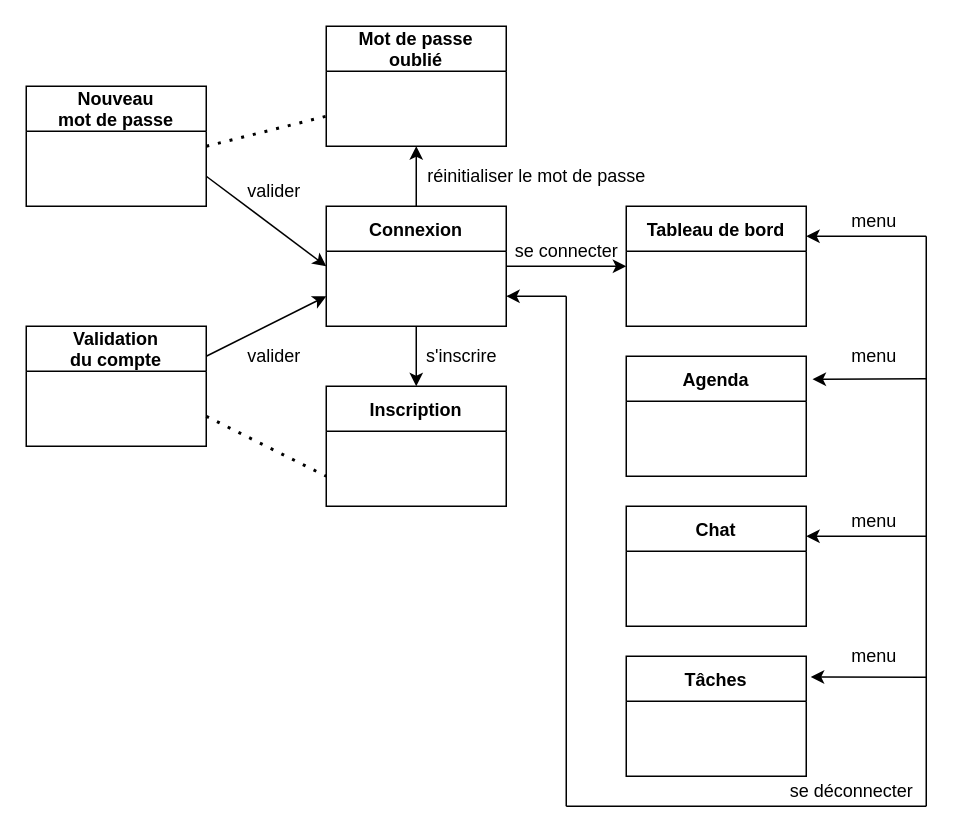
Before: communication-pages-application.drawio in melacod/MelanieKlein_10_22122021, a draw.io diagram. Source tidied: cells renumbered, new cells numbered last; positions are measured from the earlier drawing's top-left corner, leaving out a move shared by most shapes. Both pictures are drawn from the tidied source at 150%, with x=0, y=0 at pixel (26, 26).
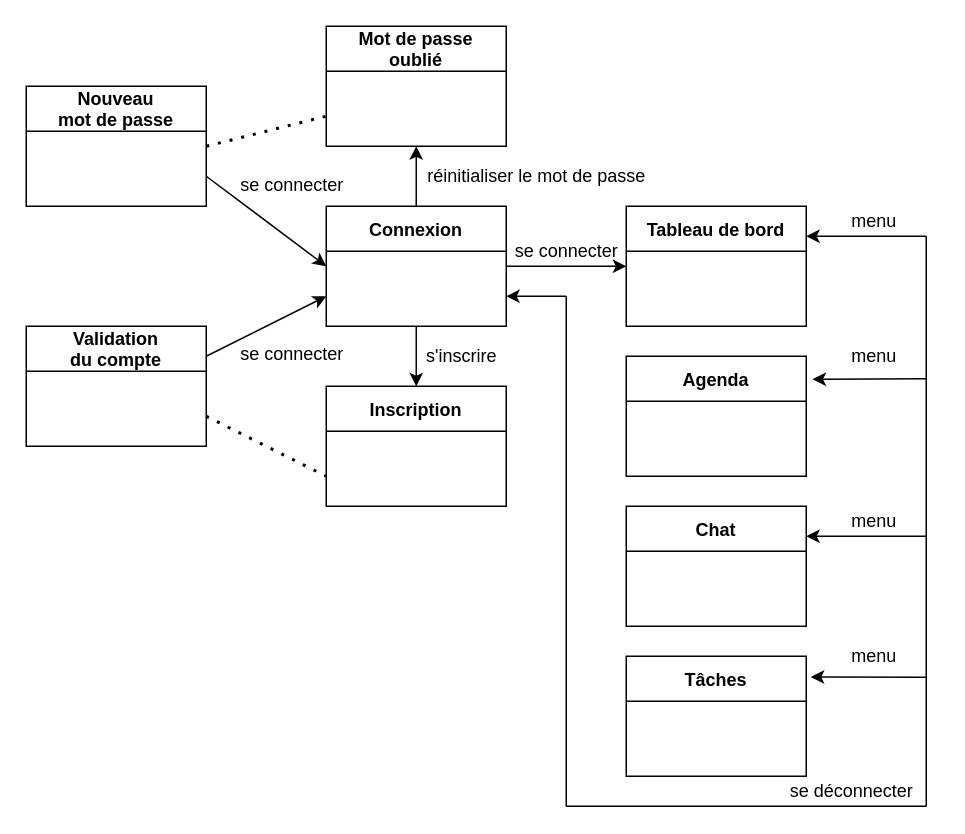
Above is the later version.

Commit message (it also covers changes not shown here):
Mise a jour schema pages application

Diff of the diagram source:
```diff
@@
-    <mxCell id="19" value="valider" style="text;html=1;align=center;verticalAlign=middle;fillColor=none;strokeColor=none;rounded=0;" parent="1" vertex="1">
-      <mxGeometry x="140" y="100" width="50" height="20" as="geometry" />
+    <mxCell id="19" value="se connecter" style="text;html=1;align=center;verticalAlign=middle;fillColor=none;strokeColor=none;rounded=0;" parent="1" vertex="1">
+      <mxGeometry x="137" y="97" width="79" height="18" as="geometry" />
     </mxCell>
-    <mxCell id="20" value="valider" style="text;html=1;align=center;verticalAlign=middle;fillColor=none;strokeColor=none;rounded=0;" parent="1" vertex="1">
-      <mxGeometry x="140" y="210" width="50" height="20" as="geometry" />
+    <mxCell id="20" value="se connecter" style="text;html=1;align=center;verticalAlign=middle;fillColor=none;strokeColor=none;rounded=0;" parent="1" vertex="1">
+      <mxGeometry x="137" y="210" width="79" height="18" as="geometry" />
     </mxCell>
```
